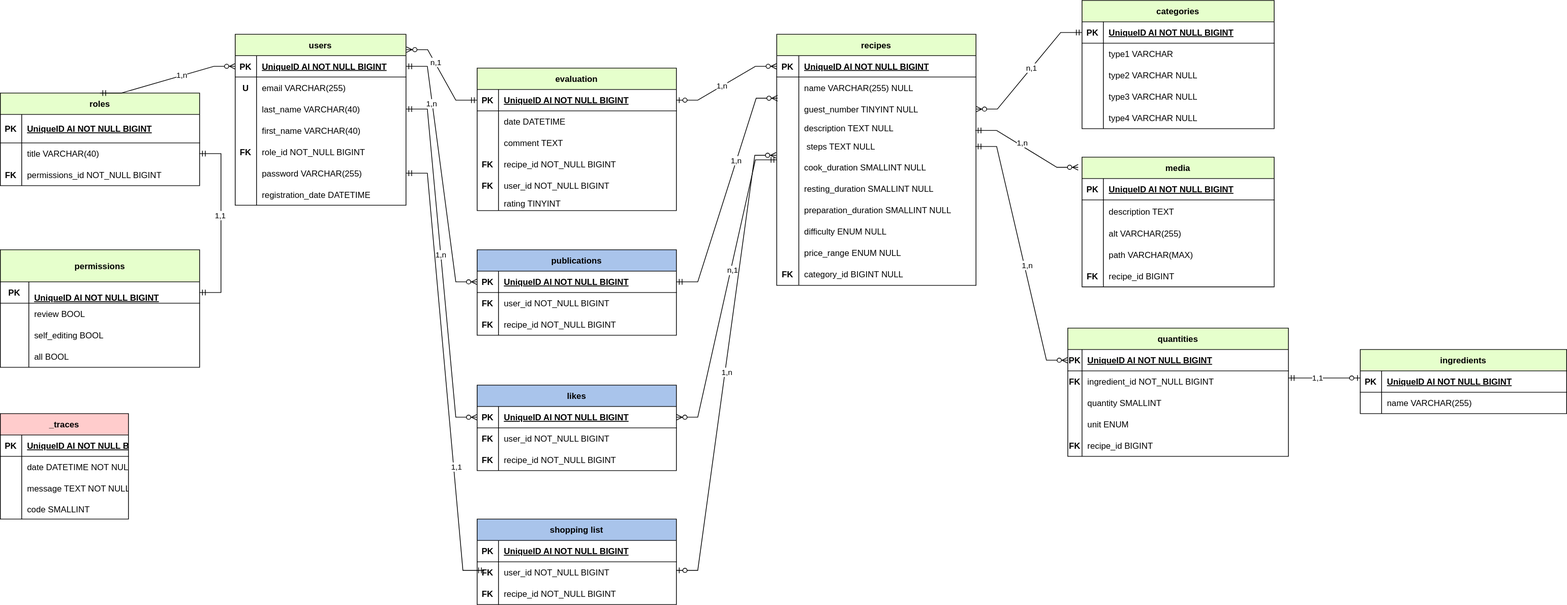
Earlier version of the draw.io export documentation/updatedèrelations_bdd.svg (ClrGe/recesipes). Source tidied: cells renumbered, new cells last; positions are measured from the earlier drawing's top-left corner, leaving out a move shared by most shapes.
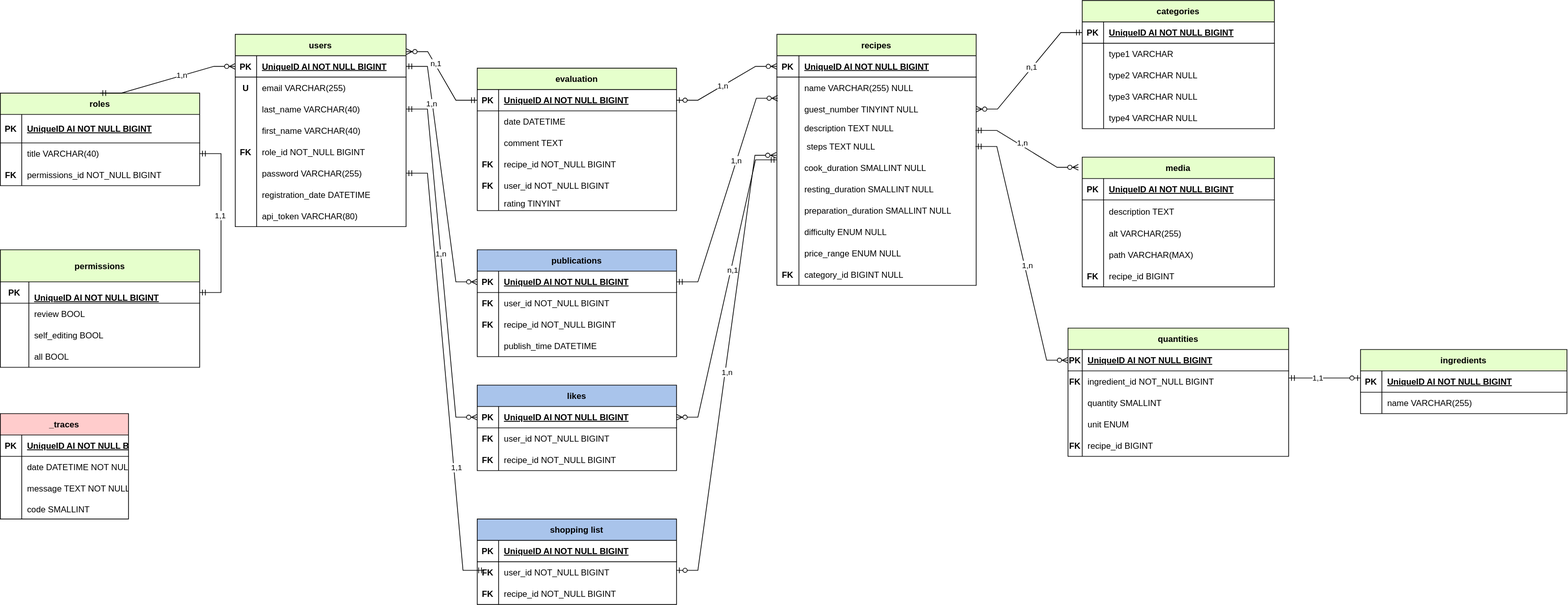
Later version of the same file.

Commit message:
feat: changements schema BDD

Change to the diagram source:
```diff
@@ -3,7 +3,7 @@
     <mxCell id="0" />
     <mxCell id="1" parent="0" />
     <mxCell id="2" value="users" style="shape=table;startSize=30;rowLines=0;fontStyle=1;align=center;fillColor=#E6FFCC;" parent="1" vertex="1">
-      <mxGeometry x="330" y="47.5" width="240" height="240" as="geometry" />
+      <mxGeometry x="330" y="47.5" width="240" height="270" as="geometry" />
     </mxCell>
     <mxCell id="3" style="shape=tableRow;horizontal=0;startSize=0;swimlaneHead=0;swimlaneBody=0;fillColor=none;points=[[0,0.5],[1,0.5]];portConstraint=eastwest;top=0;left=0;right=0;bottom=1;" parent="2" vertex="1">
       <mxGeometry y="30" width="240" height="30" as="geometry" />
@@ -68,6 +68,15 @@
     <mxCell id="23" value="registration_date DATETIME" style="shape=partialRectangle;fillColor=none;top=0;left=0;bottom=0;right=0;align=left;spacingLeft=6;overflow=hidden;" parent="21" vertex="1">
       <mxGeometry x="30" width="210" height="30" as="geometry" />
     </mxCell>
+    <mxCell id="226" style="shape=tableRow;horizontal=0;startSize=0;swimlaneHead=0;swimlaneBody=0;fillColor=none;top=0;left=0;right=0;bottom=0;" parent="2" vertex="1">
+      <mxGeometry y="240" width="240" height="30" as="geometry" />
+    </mxCell>
+    <mxCell id="227" style="shape=partialRectangle;fillColor=none;top=0;left=0;bottom=0;right=0;overflow=hidden;" parent="226" vertex="1">
+      <mxGeometry width="30" height="30" as="geometry" />
+    </mxCell>
+    <mxCell id="228" value="api_token VARCHAR(80)" style="shape=partialRectangle;fillColor=none;top=0;left=0;bottom=0;right=0;align=left;spacingLeft=6;overflow=hidden;" parent="226" vertex="1">
+      <mxGeometry x="30" width="210" height="30" as="geometry" />
+    </mxCell>
     <mxCell id="24" value="recipes" style="shape=table;startSize=30;rowLines=0;fontStyle=1;align=center;fillColor=#E6FFCC;" parent="1" vertex="1">
       <mxGeometry x="1091" y="47.5" width="280" height="352.5" as="geometry" />
     </mxCell>
@@ -444,7 +453,7 @@
       <mxGeometry x="30" width="240" height="30" as="geometry" />
     </mxCell>
     <mxCell id="149" value="publications" style="shape=table;startSize=30;rowLines=0;fontStyle=1;align=center;labelBackgroundColor=none;fillColor=#A9C4EB;" parent="1" vertex="1">
-      <mxGeometry x="670" y="350" width="280" height="120" as="geometry" />
+      <mxGeometry x="670" y="350" width="280" height="150" as="geometry" />
     </mxCell>
     <mxCell id="150" style="shape=tableRow;horizontal=0;startSize=0;swimlaneHead=0;swimlaneBody=0;fillColor=none;points=[[0,0.5],[1,0.5]];portConstraint=eastwest;top=0;left=0;right=0;bottom=1;" parent="149" vertex="1">
       <mxGeometry y="30" width="280" height="30" as="geometry" />
@@ -473,6 +482,15 @@
     <mxCell id="158" value="recipe_id NOT_NULL BIGINT" style="shape=partialRectangle;fillColor=none;top=0;left=0;bottom=0;right=0;align=left;spacingLeft=6;overflow=hidden;" parent="156" vertex="1">
       <mxGeometry x="30" width="250" height="30" as="geometry" />
     </mxCell>
+    <mxCell id="229" style="shape=tableRow;horizontal=0;startSize=0;swimlaneHead=0;swimlaneBody=0;fillColor=none;top=0;left=0;right=0;bottom=0;" parent="149" vertex="1">
+      <mxGeometry y="120" width="280" height="30" as="geometry" />
+    </mxCell>
+    <mxCell id="230" style="shape=partialRectangle;fillColor=none;top=0;left=0;bottom=0;right=0;overflow=hidden;fontStyle=1;" parent="229" vertex="1">
+      <mxGeometry width="30" height="30" as="geometry" />
+    </mxCell>
+    <mxCell id="231" value="publish_time DATETIME" style="shape=partialRectangle;fillColor=none;top=0;left=0;bottom=0;right=0;align=left;spacingLeft=6;overflow=hidden;" parent="229" vertex="1">
+      <mxGeometry x="30" width="250" height="30" as="geometry" />
+    </mxCell>
     <mxCell id="159" value="_traces" style="shape=table;startSize=30;rowLines=0;fontStyle=1;align=center;fillColor=#FFCCCC;" parent="1" vertex="1">
       <mxGeometry y="580" width="180" height="148" as="geometry" />
     </mxCell>
```
